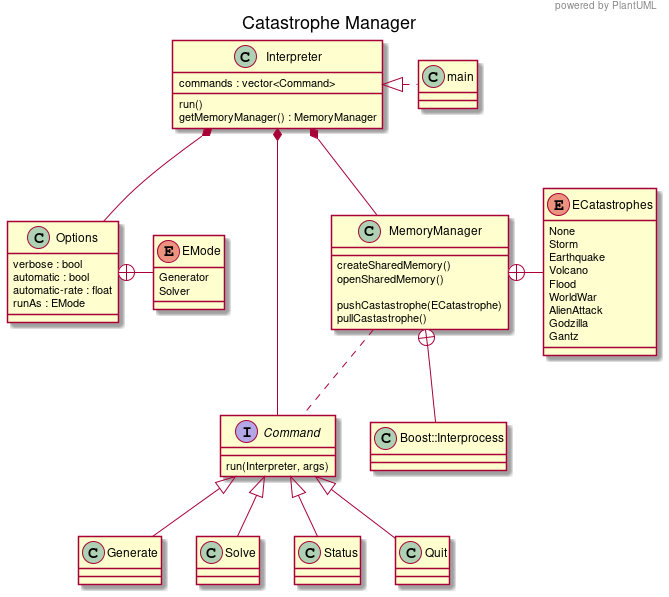
Before: diagram.png, a diagram exported from PlantUML (jcastro0x/CatastropheManager). Its diagram source:
```plantuml
@startuml

header powered by PlantUML
title Catastrophe Manager

Command  <|-- Generate
Command  <|-- Solve
Command  <|-- Status
Command  <|-- Quit

Options +- EMode

Interpreter *-- Options
Interpreter *-- Command
Interpreter *-- MemoryManager
Interpreter <|. main

MemoryManager +-- Boost::Interprocess
MemoryManager +- ECatastrophes
MemoryManager .. Command


class Interpreter {
    run()
    getMemoryManager() : MemoryManager
    commands : vector<Command>
}

interface Command {
    run(Interpreter, args)
}

class MemoryManager {
    createSharedMemory()
    openSharedMemory()

    pushCastastrophe(ECatastrophe)
    pullCastastrophe()
}

class Options {
    verbose : bool
    automatic : bool
    automatic-rate : float
    runAs : EMode
}

enum EMode {
    Generator
    Solver
}

enum ECatastrophes {
    None
    Storm
    Earthquake
    Volcano
    Flood
    WorldWar
    AlienAttack
    Godzilla
    Gantz
}

@enduml
```
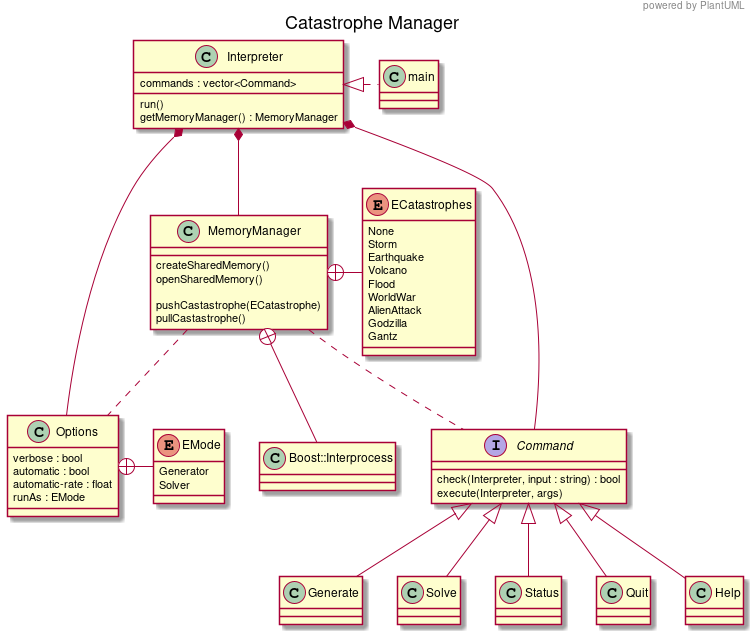
After the change.

Diff of the diagram source:
```diff
@@ -7,6 +7,7 @@
 Command  <|-- Solve
 Command  <|-- Status
 Command  <|-- Quit
+Command  <|-- Help
 
 Options +- EMode
 
@@ -18,6 +19,7 @@
 MemoryManager +-- Boost::Interprocess
 MemoryManager +- ECatastrophes
 MemoryManager .. Command
+MemoryManager .. Options
 
 
 class Interpreter {
@@ -27,7 +29,8 @@
 }
 
 interface Command {
-    run(Interpreter, args)
+    check(Interpreter, input : string) : bool
+    execute(Interpreter, args)
 }
 
 class MemoryManager {
```
